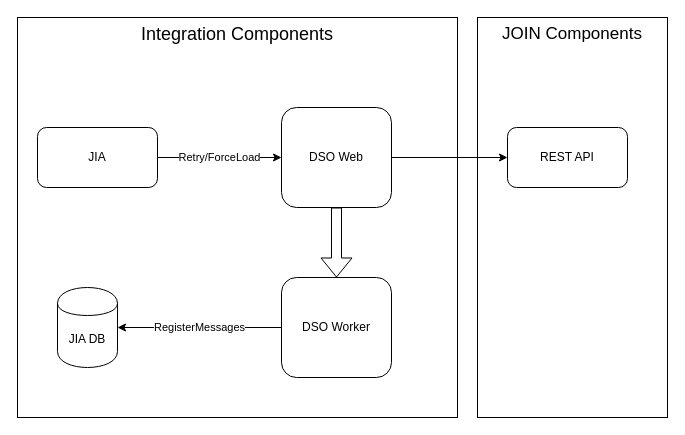
The draw.io diagram DSO.drawio in surajpunugade/surajgithubsite, before the edit. Source tidied: cells renumbered, new cells numbered last; positions are measured from the earlier drawing's top-left corner, leaving out a move shared by most shapes. Both pictures are drawn from the tidied source at 100%, with x=0, y=0 at pixel (17, 17).
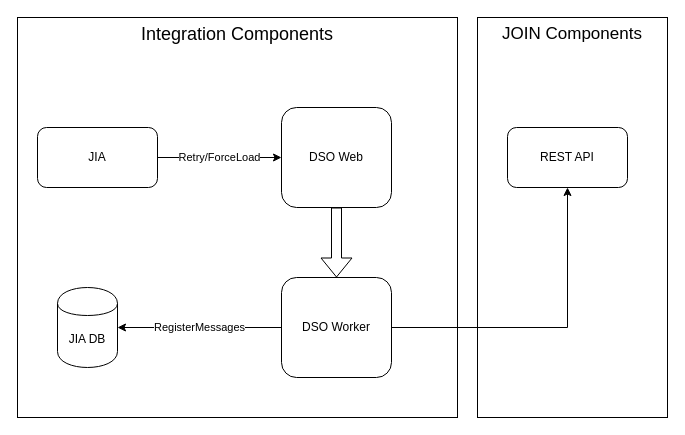
After the change.

Change to the diagram source:
```diff
@@
 <mxGraphModel>
   <root>
     <mxCell id="0" />
     <mxCell id="1" parent="0" />
     <mxCell id="2" value="Integration Components" style="rounded=0;whiteSpace=wrap;html=1;verticalAlign=top;fontSize=18;" parent="1" vertex="1">
       <mxGeometry width="440" height="400" as="geometry" />
     </mxCell>
     <mxCell id="3" value="JOIN Components" style="rounded=0;whiteSpace=wrap;html=1;fontSize=17;verticalAlign=top;" parent="1" vertex="1">
       <mxGeometry x="460" width="190" height="400" as="geometry" />
     </mxCell>
     <mxCell id="4" value="RegisterMessages" style="edgeStyle=orthogonalEdgeStyle;rounded=0;jettySize=auto;html=1;" parent="1" edge="1" source="5" target="6">
       <mxGeometry relative="1" as="geometry" />
     </mxCell>
     <mxCell id="5" value="DSO Worker" style="rounded=1;whiteSpace=wrap;html=1;" parent="1" vertex="1">
       <mxGeometry x="264" y="260" width="110" height="100" as="geometry" />
     </mxCell>
     <mxCell id="6" value="JIA DB" style="shape=cylinder;whiteSpace=wrap;html=1;boundedLbl=1;backgroundOutline=1;" parent="1" vertex="1">
       <mxGeometry x="40" y="270" width="60" height="80" as="geometry" />
     </mxCell>
     <mxCell id="7" style="edgeStyle=orthogonalEdgeStyle;rounded=0;jettySize=auto;html=1;shape=flexArrow;" parent="1" edge="1" source="9" target="5">
       <mxGeometry relative="1" as="geometry" />
     </mxCell>
-    <mxCell id="8" style="edgeStyle=orthogonalEdgeStyle;rounded=0;jettySize=auto;html=1;fontSize=12;" parent="1" edge="1" source="9" target="12">
+    <mxCell id="8" style="edgeStyle=orthogonalEdgeStyle;rounded=0;jettySize=auto;html=1;fontSize=12;exitX=1;exitY=0.5;exitDx=0;exitDy=0;" parent="1" edge="1" source="5" target="12">
       <mxGeometry relative="1" as="geometry" />
     </mxCell>
     <mxCell id="9" value="DSO Web" style="rounded=1;whiteSpace=wrap;html=1;" parent="1" vertex="1">
       <mxGeometry x="264" y="90" width="110" height="100" as="geometry" />
     </mxCell>
     <mxCell id="10" value="Retry/ForceLoad" style="edgeStyle=orthogonalEdgeStyle;rounded=0;jettySize=auto;html=1;entryX=0;entryY=0.5;entryDx=0;entryDy=0;" parent="1" edge="1" source="11" target="9">
       <mxGeometry relative="1" as="geometry" />
     </mxCell>
     <mxCell id="11" value="JIA" style="rounded=1;whiteSpace=wrap;html=1;" parent="1" vertex="1">
       <mxGeometry x="20" y="110" width="120" height="60" as="geometry" />
     </mxCell>
     <mxCell id="12" value="REST API" style="rounded=1;whiteSpace=wrap;html=1;fontSize=12;" parent="1" vertex="1">
       <mxGeometry x="490" y="110" width="120" height="60" as="geometry" />
     </mxCell>
   </root>
 </mxGraphModel>
```
